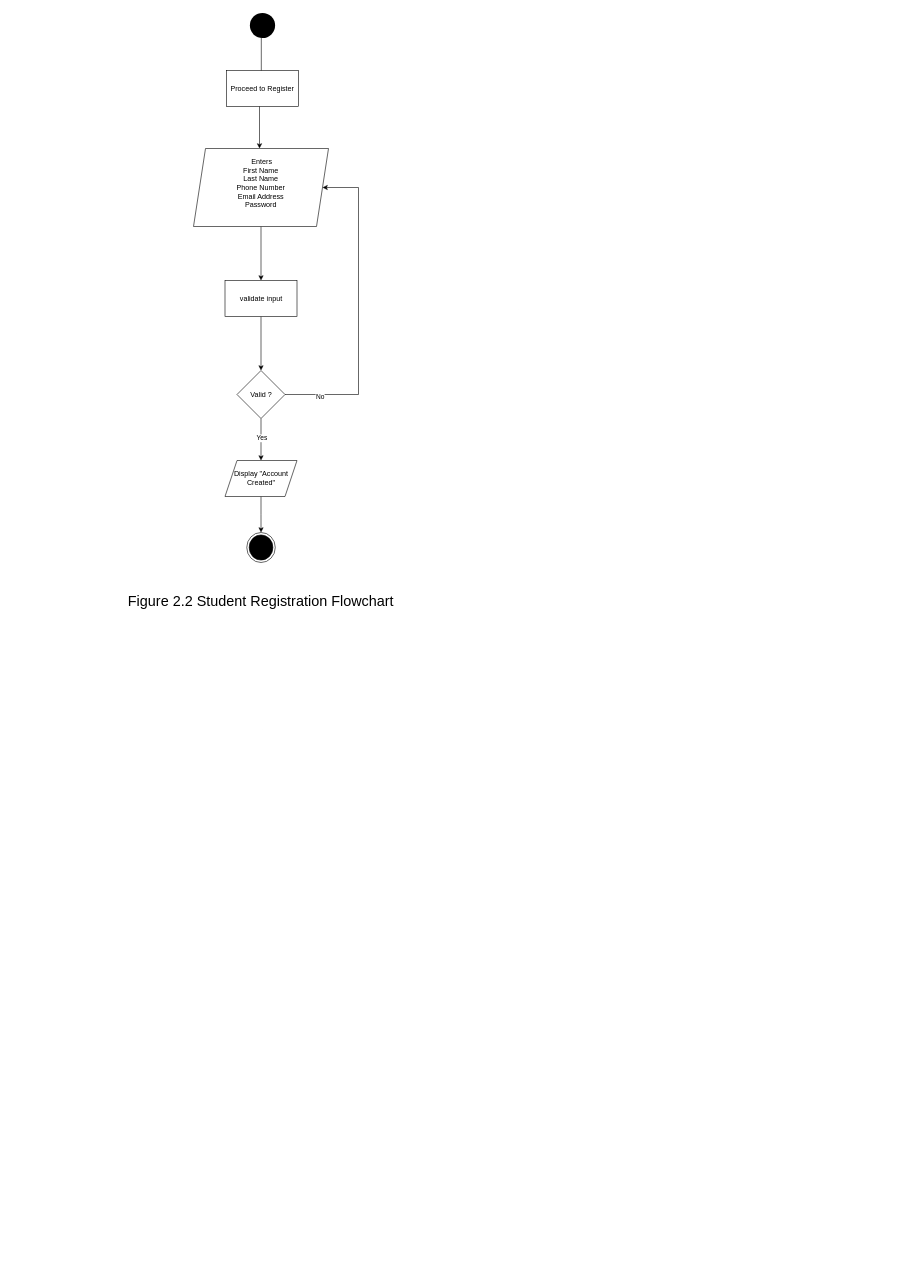
This is Graduate Project LOCAL/Documentation/Report 2/FlowCharts/EDITS/student Signup.drawio from Abood299/MIS-Team, a draw.io file, before an edit. Source tidied: cells renumbered, new cells numbered last; positions are measured from the earlier drawing's top-left corner, leaving out a move shared by most shapes. Both pictures are drawn from the tidied source at 60%, with x=0, y=0 at pixel (10, 10).
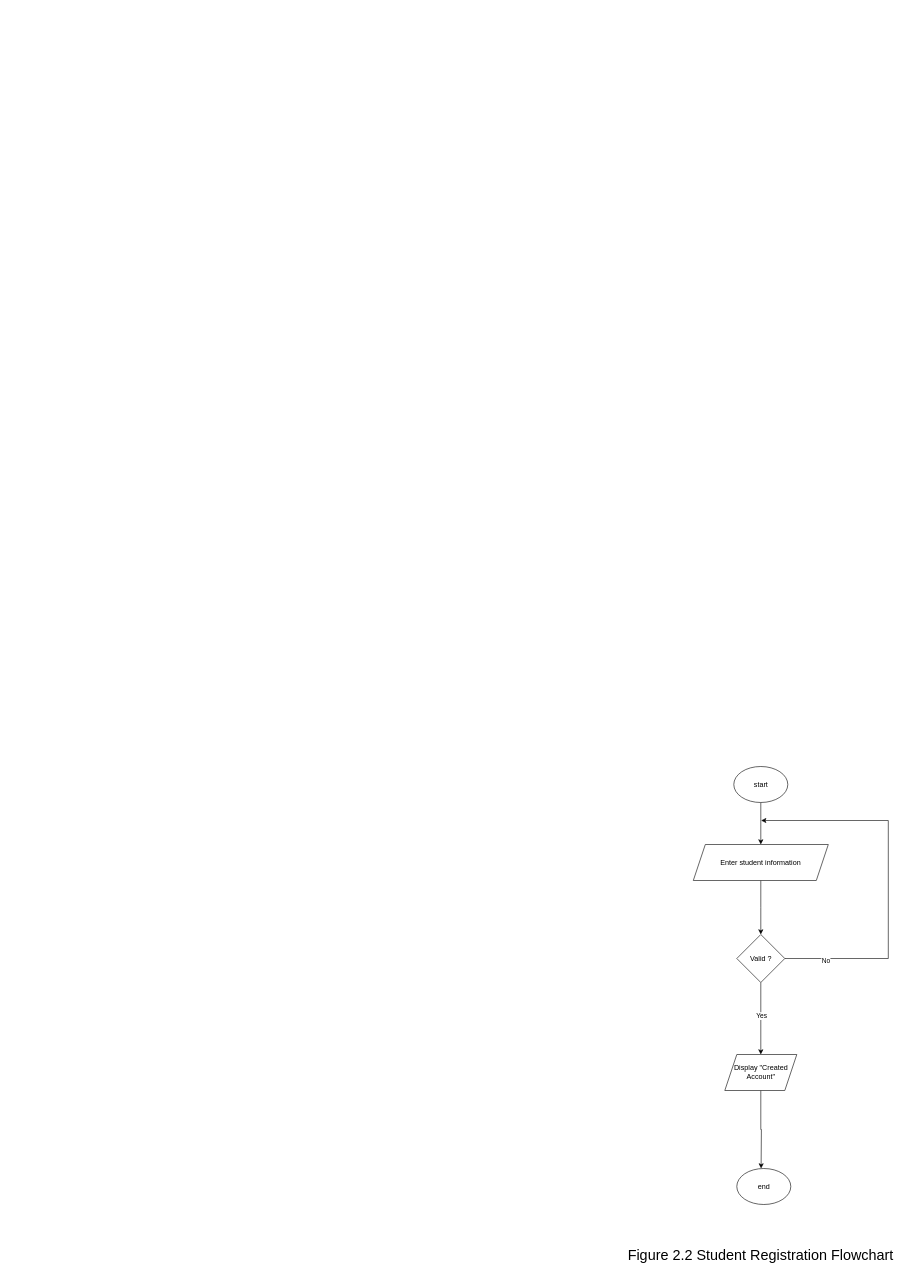
The same page after the edit.

What changed in the source:
```diff
@@
-    <mxCell id="2" style="edgeStyle=orthogonalEdgeStyle;rounded=0;jettySize=auto;html=1;exitX=0.46;exitY=0.837;exitDx=0;exitDy=0;exitPerimeter=0;entryX=0.5;entryY=0;entryDx=0;entryDy=0;" parent="1" edge="1" source="3">
-      <mxGeometry relative="1" as="geometry">
-        <mxPoint x="415" y="230" as="targetPoint" />
-        <Array as="points">
-          <mxPoint x="415" y="135" />
-        </Array>
-      </mxGeometry>
-    </mxCell>
-    <mxCell id="3" style="ellipse;html=1;shape=endState;fillColor=#000000;strokeColor=none;" parent="1" vertex="1">
-      <mxGeometry x="395" width="50" height="50" as="geometry" />
-    </mxCell>
-    <mxCell id="4" style="edgeStyle=orthogonalEdgeStyle;rounded=0;jettySize=auto;html=1;" parent="1" edge="1" source="5" target="7">
-      <mxGeometry relative="1" as="geometry" />
-    </mxCell>
-    <mxCell id="5" value="&amp;nbsp;Enters&lt;div&gt;First Name&lt;/div&gt;&lt;div&gt;Last Name&lt;/div&gt;&lt;div&gt;Phone Number&lt;/div&gt;&lt;div&gt;Email Address&lt;/div&gt;&lt;div&gt;Password&lt;/div&gt;&lt;div&gt;&lt;br&gt;&lt;/div&gt;" style="shape=parallelogram;perimeter=parallelogramPerimeter;whiteSpace=wrap;html=1;fixedSize=1;" parent="1" vertex="1">
-      <mxGeometry x="305" y="230" width="225" height="130" as="geometry" />
-    </mxCell>
-    <mxCell id="6" style="edgeStyle=orthogonalEdgeStyle;rounded=0;jettySize=auto;html=1;" parent="1" edge="1" source="7" target="10">
-      <mxGeometry relative="1" as="geometry" />
-    </mxCell>
-    <mxCell id="7" value="validate input" style="whiteSpace=wrap;html=1;" parent="1" vertex="1">
-      <mxGeometry x="357.5" y="450" width="120" height="60" as="geometry" />
-    </mxCell>
-    <mxCell id="8" style="edgeStyle=orthogonalEdgeStyle;rounded=0;jettySize=auto;html=1;entryX=0.5;entryY=0;entryDx=0;entryDy=0;" parent="1" edge="1" source="10" target="12">
-      <mxGeometry relative="1" as="geometry" />
-    </mxCell>
+    <mxCell id="22" style="edgeStyle=orthogonalEdgeStyle;rounded=0;jettySize=auto;html=1;" parent="1" edge="1" source="23">
+      <mxGeometry relative="1" as="geometry">
+        <mxPoint x="1250.5" y="1540" as="targetPoint" />
+      </mxGeometry>
+    </mxCell>
+    <mxCell id="23" value="Enter student information" style="shape=parallelogram;perimeter=parallelogramPerimeter;whiteSpace=wrap;html=1;fixedSize=1;" parent="1" vertex="1">
+      <mxGeometry x="1138" y="1390" width="225" height="60" as="geometry" />
+    </mxCell>
+    <mxCell id="24" style="edgeStyle=orthogonalEdgeStyle;rounded=0;jettySize=auto;html=1;entryX=0.5;entryY=0;entryDx=0;entryDy=0;" parent="1" edge="1" source="10" target="26">
+      <mxGeometry relative="1" as="geometry" />
+    </mxCell>
-    <mxCell id="9" value="Yes" style="edgeLabel;html=1;align=center;verticalAlign=middle;" parent="8" vertex="1">
+    <mxCell id="9" value="Yes" style="edgeLabel;html=1;align=center;verticalAlign=middle;" parent="24" vertex="1">
       <mxGeometry x="-0.08" y="1" relative="1" as="geometry" />
     </mxCell>
     <mxCell id="10" value="Valid ?" style="rhombus;whiteSpace=wrap;html=1;" parent="1" vertex="1">
-      <mxGeometry x="377.5" y="600" width="80" height="80" as="geometry" />
+      <mxGeometry x="1210.5" y="1540" width="80" height="80" as="geometry" />
     </mxCell>
-    <mxCell id="11" style="edgeStyle=orthogonalEdgeStyle;rounded=0;jettySize=auto;html=1;entryX=0.5;entryY=0;entryDx=0;entryDy=0;" parent="1" edge="1" source="12" target="13">
-      <mxGeometry relative="1" as="geometry" />
-    </mxCell>
-    <mxCell id="12" value="Display &quot;Account Created&quot;" style="whiteSpace=wrap;html=1;shape=parallelogram;perimeter=parallelogramPerimeter;fixedSize=1;" parent="1" vertex="1">
-      <mxGeometry x="357.5" y="750" width="120" height="60" as="geometry" />
-    </mxCell>
-    <mxCell id="13" style="ellipse;html=1;shape=endState;fillColor=#000000;strokeColor=default;" parent="1" vertex="1">
-      <mxGeometry x="393.8" y="870" width="47.5" height="50" as="geometry" />
-    </mxCell>
-    <mxCell id="14" style="edgeStyle=orthogonalEdgeStyle;rounded=0;jettySize=auto;html=1;exitX=1;exitY=0.5;exitDx=0;exitDy=0;" parent="1" edge="1" source="10" target="5">
-      <mxGeometry relative="1" as="geometry">
-        <Array as="points">
-          <mxPoint x="580" y="640" />
-          <mxPoint x="580" y="295" />
-        </Array>
-      </mxGeometry>
-    </mxCell>
+    <mxCell id="25" style="edgeStyle=orthogonalEdgeStyle;rounded=0;jettySize=auto;html=1;" parent="1" edge="1" source="26">
+      <mxGeometry relative="1" as="geometry">
+        <mxPoint x="1251" y="1930" as="targetPoint" />
+      </mxGeometry>
+    </mxCell>
+    <mxCell id="26" value="Display &quot;Created Account&quot;" style="whiteSpace=wrap;html=1;shape=parallelogram;perimeter=parallelogramPerimeter;fixedSize=1;" parent="1" vertex="1">
+      <mxGeometry x="1190.5" y="1740" width="120" height="60" as="geometry" />
+    </mxCell>
+    <mxCell id="27" style="edgeStyle=orthogonalEdgeStyle;rounded=0;jettySize=auto;html=1;exitX=1;exitY=0.5;exitDx=0;exitDy=0;" parent="1" edge="1" source="10">
+      <mxGeometry relative="1" as="geometry">
+        <mxPoint x="1251" y="1350" as="targetPoint" />
+        <Array as="points">
+          <mxPoint x="1463" y="1580" />
+          <mxPoint x="1463" y="1350" />
+        </Array>
+      </mxGeometry>
+    </mxCell>
-    <mxCell id="15" value="No" style="edgeLabel;html=1;align=center;verticalAlign=middle;" parent="14" vertex="1">
+    <mxCell id="15" value="No" style="edgeLabel;html=1;align=center;verticalAlign=middle;" parent="27" vertex="1">
       <mxGeometry x="-0.78" y="-3" relative="1" as="geometry" />
     </mxCell>
-    <mxCell id="16" value="&lt;font style=&quot;font-size: 1px;&quot;&gt;.&lt;/font&gt;" style="text;html=1;align=center;verticalAlign=middle;strokeColor=none;fillColor=none;" parent="1" vertex="1">
-      <mxGeometry y="520" width="20" height="30" as="geometry" />
-    </mxCell>
-    <mxCell id="17" value="&lt;font style=&quot;font-size: 1px;&quot;&gt;.&lt;/font&gt;" style="text;html=1;align=center;verticalAlign=middle;strokeColor=none;fillColor=none;" parent="1" vertex="1">
-      <mxGeometry x="837" y="480" width="20" height="30" as="geometry" />
-    </mxCell>
-    <mxCell id="18" value="&lt;font style=&quot;font-size: 1px;&quot;&gt;.&lt;/font&gt;" style="text;html=1;align=center;verticalAlign=middle;strokeColor=none;fillColor=none;" parent="1" vertex="1">
-      <mxGeometry x="410" y="1180" width="20" height="30" as="geometry" />
-    </mxCell>
-    <mxCell id="19" value="&lt;font style=&quot;font-size: 1px;&quot;&gt;.&lt;/font&gt;" style="text;html=1;align=center;verticalAlign=middle;strokeColor=none;fillColor=none;" parent="1" vertex="1">
-      <mxGeometry x="404" y="10" width="20" height="30" as="geometry" />
-    </mxCell>
-    <mxCell id="20" value="Proceed to Register" style="whiteSpace=wrap;html=1;" parent="1" vertex="1">
-      <mxGeometry x="360" y="100" width="120" height="60" as="geometry" />
-    </mxCell>
+    <mxCell id="28" value="&lt;font style=&quot;font-size: 1px;&quot;&gt;.&lt;/font&gt;" style="text;html=1;align=center;verticalAlign=middle;strokeColor=none;fillColor=none;" parent="1" vertex="1">
+      <mxGeometry x="1190" y="1600" width="20" height="30" as="geometry" />
+    </mxCell>
     <mxCell id="21" value="&lt;font style=&quot;font-size: 24px;&quot;&gt;Figure 2.2 Student Registration Flowchart&lt;/font&gt;" style="text;strokeColor=none;align=center;fillColor=none;html=1;verticalAlign=middle;whiteSpace=wrap;rounded=0;" parent="1" vertex="1">
-      <mxGeometry x="171" y="970" width="493" height="30" as="geometry" />
+      <mxGeometry x="1004" y="2060" width="493" height="30" as="geometry" />
     </mxCell>
+    <mxCell id="29" style="edgeStyle=orthogonalEdgeStyle;rounded=0;jettySize=auto;html=1;" parent="1" edge="1" source="30" target="23">
+      <mxGeometry relative="1" as="geometry" />
+    </mxCell>
+    <mxCell id="30" value="start" style="ellipse;whiteSpace=wrap;html=1;direction=west;" parent="1" vertex="1">
+      <mxGeometry x="1205.5" y="1260" width="90" height="60" as="geometry" />
+    </mxCell>
+    <mxCell id="31" value="end" style="ellipse;whiteSpace=wrap;html=1;direction=west;" parent="1" vertex="1">
+      <mxGeometry x="1210.5" y="1930" width="90" height="60" as="geometry" />
+    </mxCell>
```
